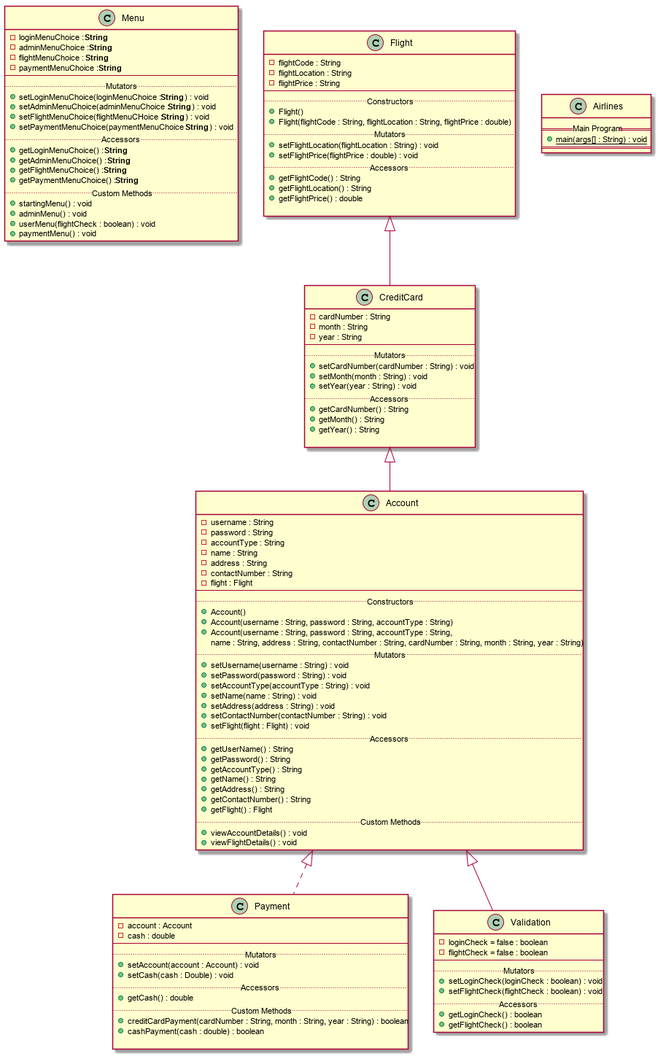
Before: out/Java Projects/Grade 11/DeGuzmanIAN-Llantos_JavaAirlines/Descriptions-Diagrams/ClassDiagrams/ClassDiagrams.png, a diagram exported from PlantUML (metaeatscake/schoolfiles).
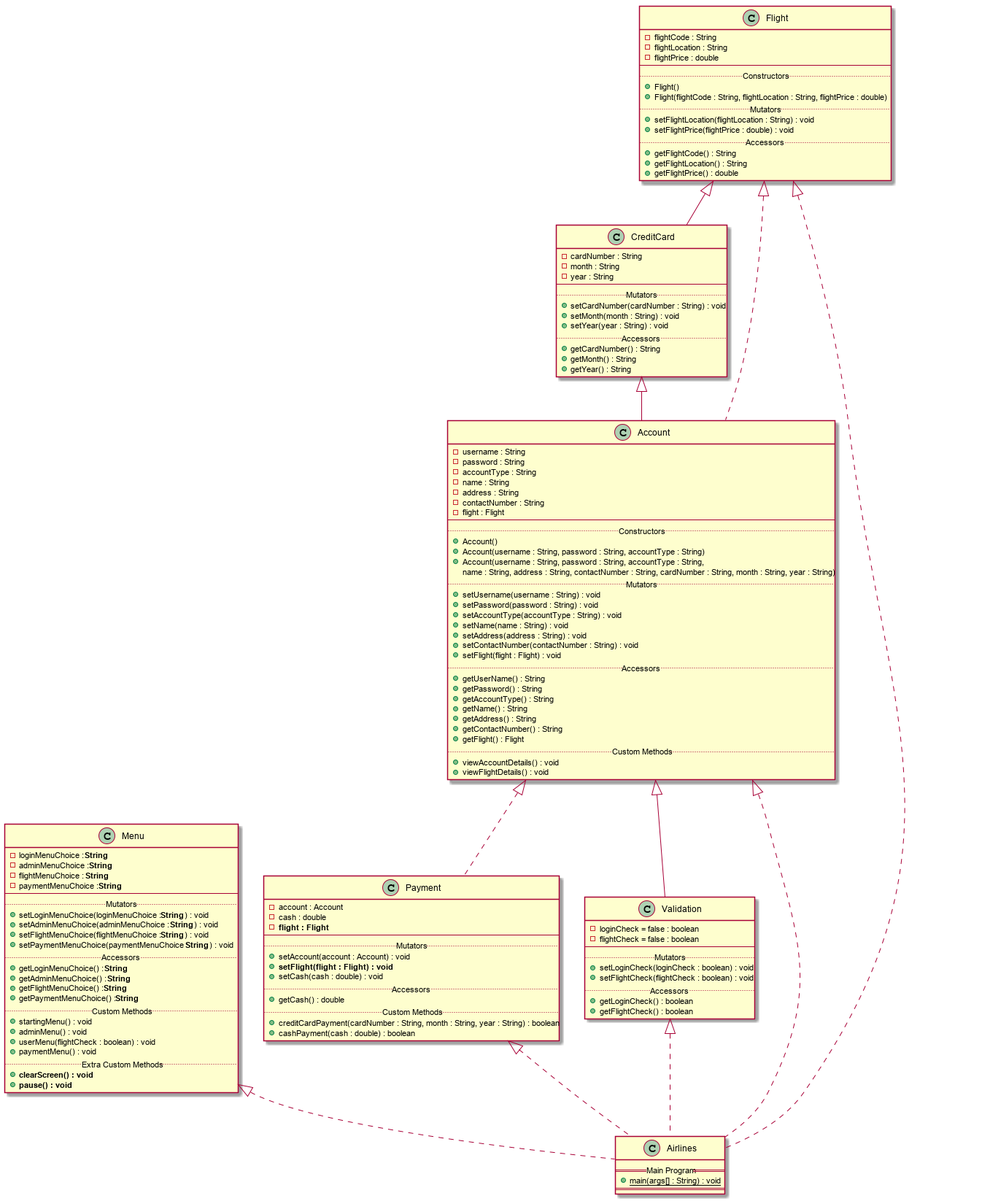
After the change.

Commit message:
changed stuff, started airlines and flowchart

Diff of the diagram source:
```diff
@@ -1,49 +1,53 @@
 @startuml
 class Menu
 {
-    -loginMenuChoice : <b>String</b>
-    -adminMenuChoice : <b>String</b>
-    -flightMenuChoice : <b>String</b>
-    -paymentMenuChoice : <b>String</b>
+    -loginMenuChoice : **String**
+    -adminMenuChoice : **String**
+    -flightMenuChoice : **String**
+    -paymentMenuChoice : **String**
     --
     ..Mutators..
-    +setLoginMenuChoice(loginMenuChoice : <b>String</b>) : void
-    +setAdminMenuChoice(adminMenuChoice : <b>String</b>) : void
-    +setFlightMenuChoice(flightMenuCHoice : <b>String</b>) : void
-    +setPaymentMenuChoice(paymentMenuChoice : <b>String</b>) : void
+    +setLoginMenuChoice(loginMenuChoice : **String**) : void
+    +setAdminMenuChoice(adminMenuChoice : ** String**) : void
+    +setFlightMenuChoice(flightMenuChoice : **String**) : void
+    +setPaymentMenuChoice(paymentMenuChoice : **String**) : void
     ..Accessors..
-    +getLoginMenuChoice() : <b>String</b>
-    +getAdminMenuChoice() : <b>String</b>
-    +getFlightMenuChoice() : <b>String</b>
-    +getPaymentMenuChoice() : <b>String</b>
+    +getLoginMenuChoice() : **String**
+    +getAdminMenuChoice() : **String**
+    +getFlightMenuChoice() : **String**
+    +getPaymentMenuChoice() : **String**
     ..Custom Methods..
     +startingMenu() : void
     +adminMenu() : void
     +userMenu(flightCheck : boolean) : void
     +paymentMenu() : void
+    ..Extra Custom Methods..
+    +**clearScreen() : void**
+    +**pause() : void**
 }
 
 class Payment
 {
     -account : Account
     -cash : double
+    -**flight : Flight**
     --
     ..Mutators..
     +setAccount(account : Account) : void
-    +setCash(cash : Double) : void
+    +**setFlight(flight : Flight) : void**
+    +setCash(cash : double) : void
     ..Accessors..
     +getCash() : double
     ..Custom Methods..
     +creditCardPayment(cardNumber : String, month : String, year : String) : boolean
     +cashPayment(cash : double) : boolean
-
 }
 
 class Flight
 {
     -flightCode : String
     -flightLocation : String
-    -flightPrice : String
+    -flightPrice : double
     --
     ..Constructors..
     +Flight()
@@ -55,7 +59,6 @@
     +getFlightCode() : String
     +getFlightLocation() : String
     +getFlightPrice() : double
-
 }
 
 class CreditCard
@@ -72,7 +75,6 @@
     +getCardNumber() : String
     +getMonth() : String
     +getYear() : String
-
 }
 
 class Account
@@ -136,5 +138,12 @@
 Account <|-- Validation
 
 Account <|.. Payment
+Flight <|.. Account
+
+Menu <|.. Airlines
+Validation <|.. Airlines
+Payment <|.. Airlines
+Account <|.. Airlines
+Flight <|.. Airlines
 
 @enduml
```
